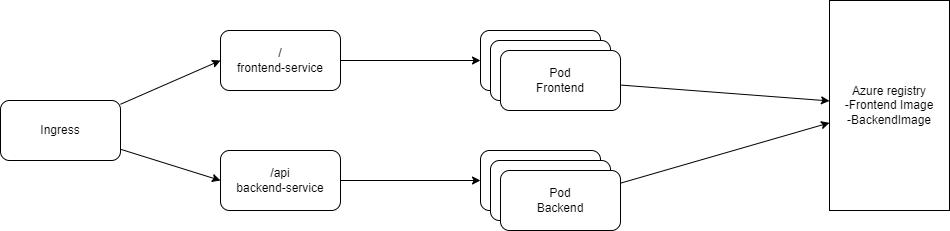
Before: k8s.drawio.png, a diagram exported from draw.io (kim4848/EsdhDemo). Source tidied: cells renumbered, new cells last; positions are measured from the earlier drawing's top-left corner, leaving out a move shared by most shapes.
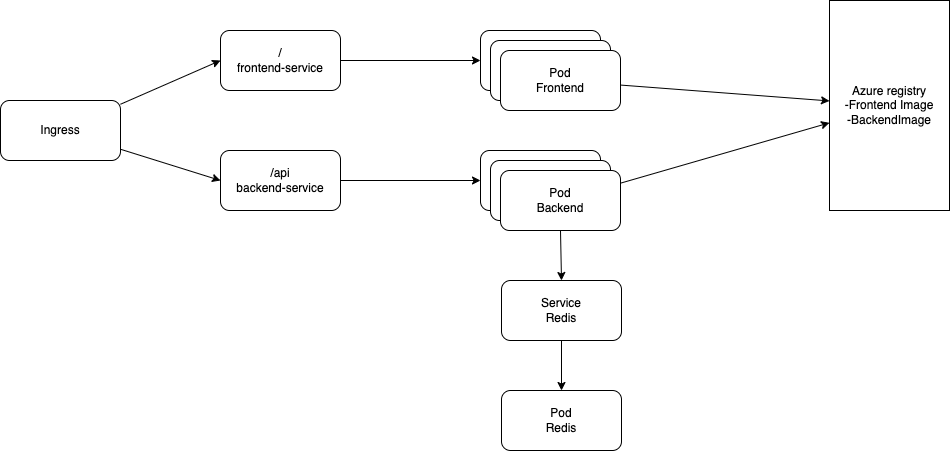
The same diagram one commit later.

Commit message:
Updated achitecture drawing

What changed in the source:
```diff
@@ -44,11 +44,23 @@
     <mxCell id="15" style="edgeStyle=none;html=1;" parent="1" edge="1" source="16" target="17">
       <mxGeometry relative="1" as="geometry" />
     </mxCell>
+    <mxCell id="18" style="edgeStyle=none;html=1;exitX=0.5;exitY=1;exitDx=0;exitDy=0;entryX=0.5;entryY=0;entryDx=0;entryDy=0;" parent="1" edge="1" source="16" target="21">
+      <mxGeometry relative="1" as="geometry" />
+    </mxCell>
     <mxCell id="16" value="Pod&lt;br&gt;Backend" style="rounded=1;whiteSpace=wrap;html=1;" parent="1" vertex="1">
       <mxGeometry x="500" y="170" width="120" height="60" as="geometry" />
     </mxCell>
     <mxCell id="17" value="Azure registry&lt;br&gt;-Frontend Image&lt;br&gt;-BackendImage" style="rounded=0;whiteSpace=wrap;html=1;" parent="1" vertex="1">
       <mxGeometry x="829" width="120" height="210" as="geometry" />
     </mxCell>
+    <mxCell id="19" value="Pod&lt;br&gt;Redis" style="rounded=1;whiteSpace=wrap;html=1;" parent="1" vertex="1">
+      <mxGeometry x="501" y="390" width="120" height="60" as="geometry" />
+    </mxCell>
+    <mxCell id="20" style="edgeStyle=none;html=1;exitX=0.5;exitY=1;exitDx=0;exitDy=0;entryX=0.5;entryY=0;entryDx=0;entryDy=0;" parent="1" edge="1" source="21" target="19">
+      <mxGeometry relative="1" as="geometry" />
+    </mxCell>
+    <mxCell id="21" value="Service&lt;br&gt;Redis" style="rounded=1;whiteSpace=wrap;html=1;" parent="1" vertex="1">
+      <mxGeometry x="501" y="280" width="120" height="60" as="geometry" />
+    </mxCell>
   </root>
 </mxGraphModel>
```
